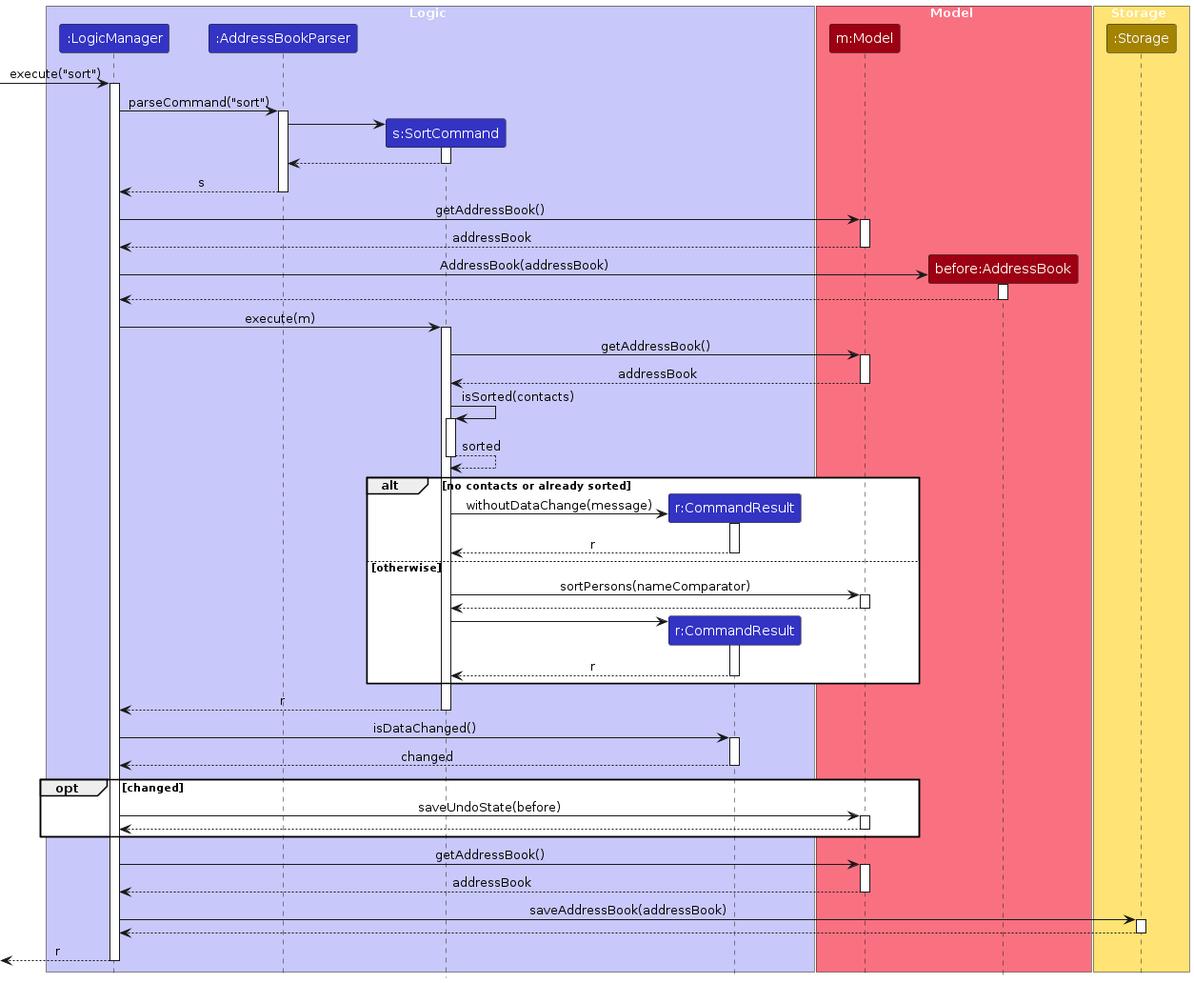
AY2627S1-CS2103T-W14-2/tp keeps this PlantUML diagram as diagrams/SortSequenceDiagram.png. Above is the earlier version. Its source is kept beside it as diagrams/SortSequenceDiagram.puml.
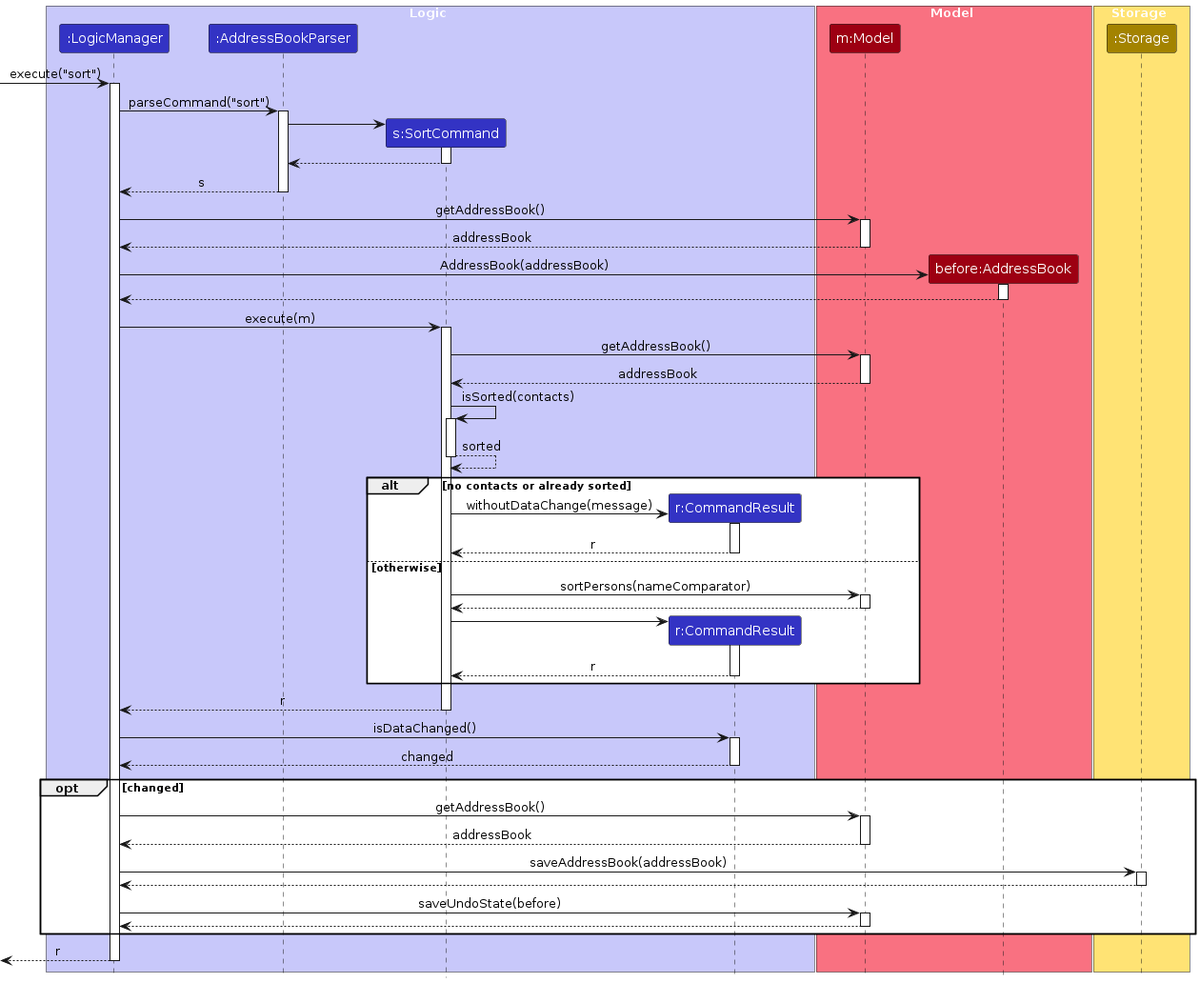
The same file after the commit.

Change to the diagram source:
```diff
@@ -84,22 +84,22 @@
 deactivate CommandResult
 
 opt changed
+    LogicManager -> Model : getAddressBook()
+    activate Model
+    Model --> LogicManager : addressBook
+    deactivate Model
+
+    LogicManager -> Storage : saveAddressBook(addressBook)
+    activate Storage
+    Storage --> LogicManager
+    deactivate Storage
+
     LogicManager -> Model : saveUndoState(before)
     activate Model
     Model --> LogicManager
     deactivate Model
 end
 
-LogicManager -> Model : getAddressBook()
-activate Model
-Model --> LogicManager : addressBook
-deactivate Model
-
-LogicManager -> Storage : saveAddressBook(addressBook)
-activate Storage
-Storage --> LogicManager
-deactivate Storage
-
 [<-- LogicManager : r
 deactivate LogicManager
 @enduml
```
